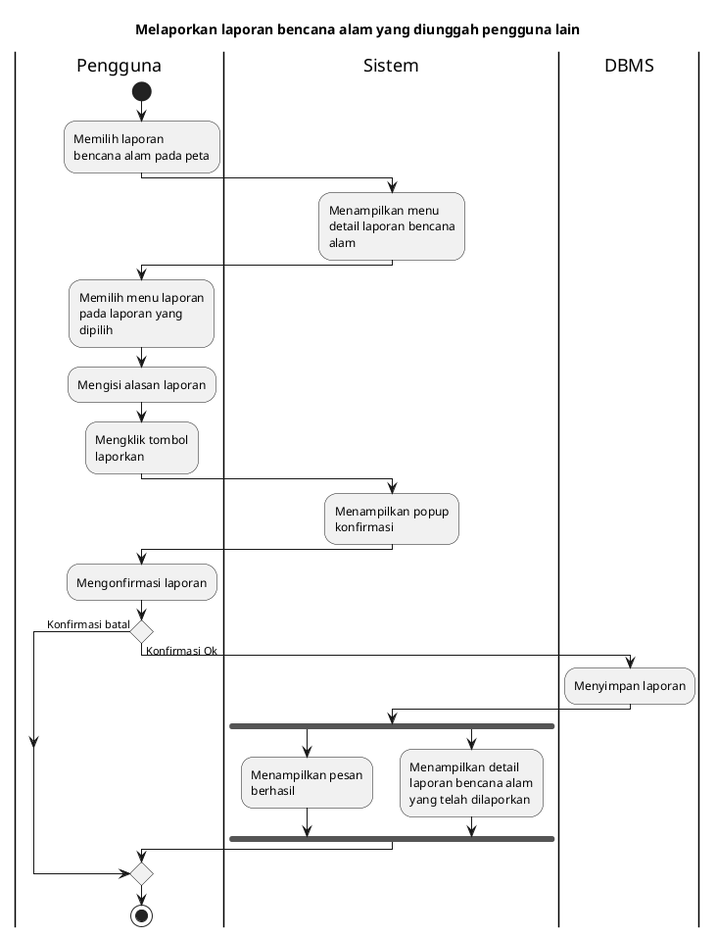
Earlier version of the PlantUML export export/Activity Diagrams/UC-MAP - Peta Bencana/UC-MAP-021 - Melaporkan laporan bencana alam yang diunggah pengguna lain.png (bagusNA/appl-diagrams). Source of this version:
```plantuml
@startuml
skinparam wrapWidth 140

title Melaporkan laporan bencana alam yang diunggah pengguna lain

|Pengguna|
start
:Memilih laporan bencana alam pada peta;

|Sistem|
:Menampilkan menu detail laporan bencana alam;

|Pengguna|
:Memilih menu laporan pada laporan yang dipilih;
:Mengisi alasan laporan;
:Mengklik tombol laporkan;

|Sistem|
:Menampilkan popup konfirmasi;

|Pengguna|
:Mengonfirmasi laporan;

if () then (Konfirmasi batal)
else (Konfirmasi Ok)
  |DBMS|
  :Menyimpan laporan;

  |Sistem|
  fork
    :Menampilkan pesan berhasil;
  fork again
    :Menampilkan detail laporan bencana alam yang telah dilaporkan;
  endfork
endif

|Pengguna|
stop
@enduml
```
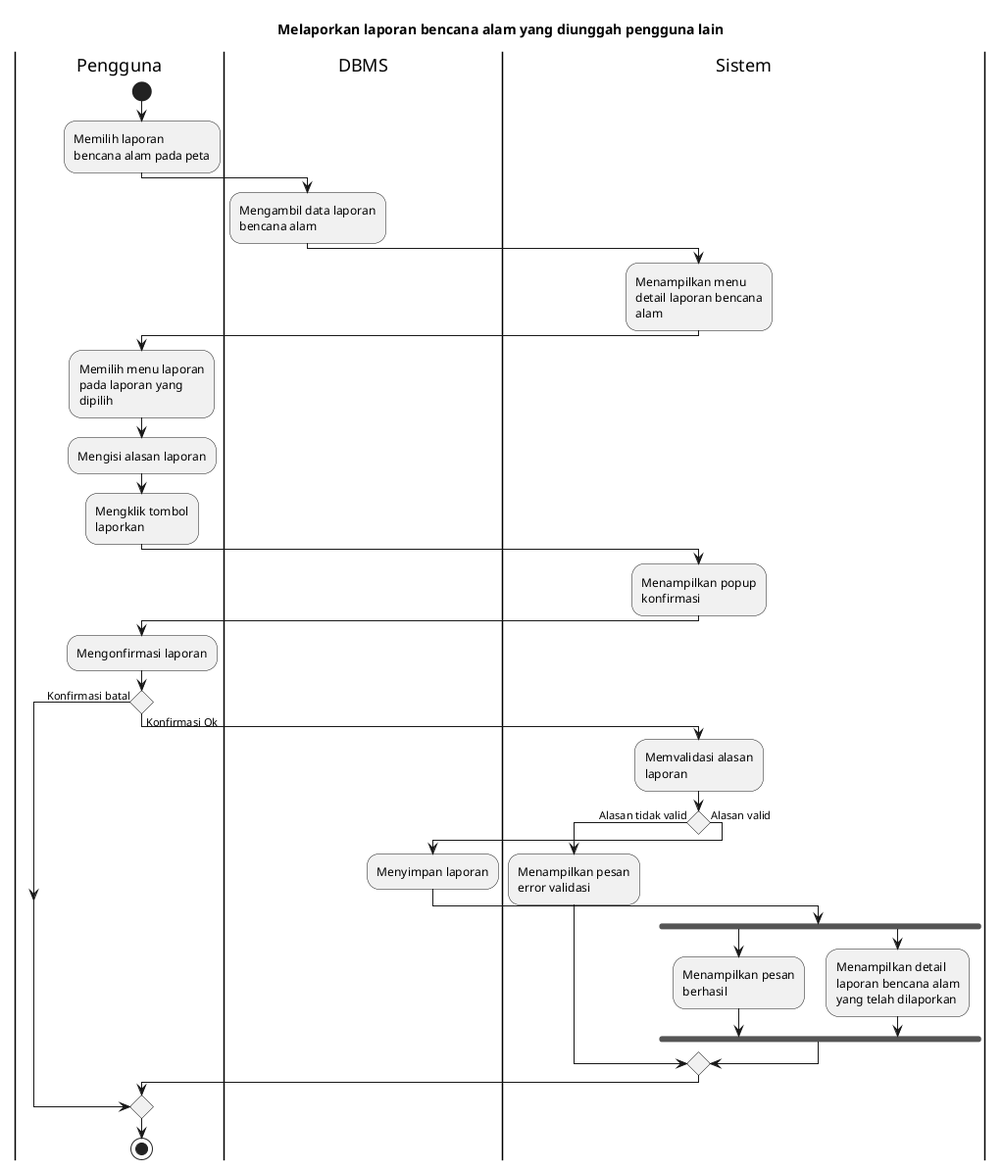
After the commit.

The edit, as a diff of the source:
```diff
@@ -6,6 +6,9 @@
 |Pengguna|
 start
 :Memilih laporan bencana alam pada peta;
+
+|DBMS|
+:Mengambil data laporan bencana alam;
 
 |Sistem|
 :Menampilkan menu detail laporan bencana alam;
@@ -23,15 +26,24 @@
 
 if () then (Konfirmasi batal)
 else (Konfirmasi Ok)
-  |DBMS|
-  :Menyimpan laporan;
+  |Sistem|
+  :Memvalidasi alasan laporan;
 
-  |Sistem|
-  fork
-    :Menampilkan pesan berhasil;
-  fork again
-    :Menampilkan detail laporan bencana alam yang telah dilaporkan;
-  endfork
+  if () then (Alasan tidak valid)
+    |Sistem|
+    :Menampilkan pesan error validasi;
+  else (Alasan valid)
+    |DBMS|
+    :Menyimpan laporan;
+
+    |Sistem|
+    fork
+      :Menampilkan pesan berhasil;
+    fork again
+      :Menampilkan detail laporan bencana alam yang telah dilaporkan;
+    endfork
+  endif
+
 endif
 
 |Pengguna|
```
